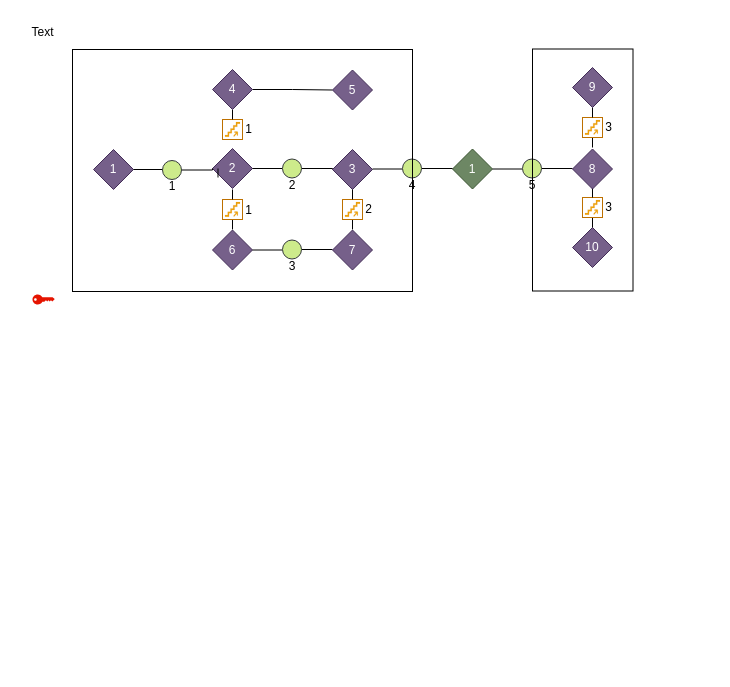
This is surveillance_map_reboot.drawio from Paro2621/AI, a draw.io file, before an edit. Source tidied: cells renumbered, new cells numbered last; positions are measured from the earlier drawing's top-left corner, leaving out a move shared by most shapes. Both pictures are drawn from the tidied source at 100%, with x=0, y=0 at pixel (17, 17).
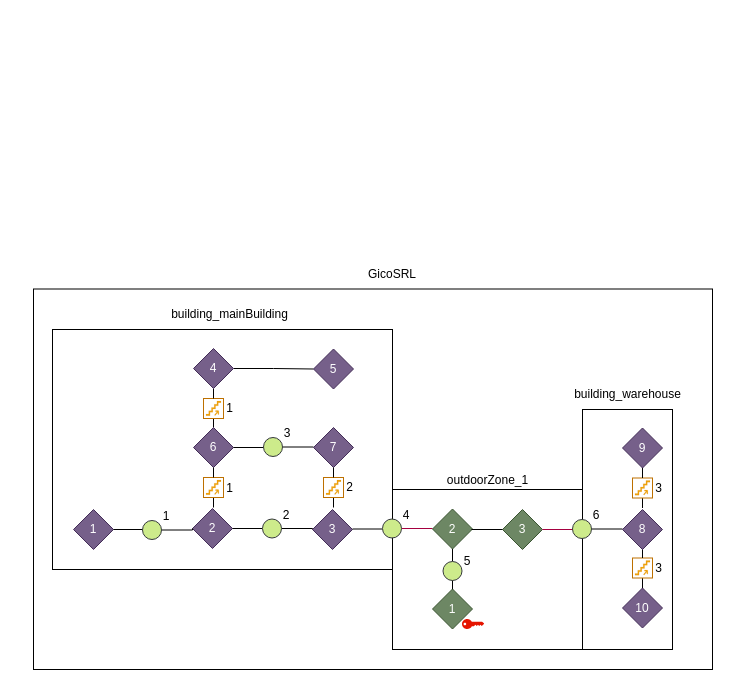
Above is the later version.

Change to the diagram source:
```diff
@@
+    <mxCell id="63" style="rounded=0;whiteSpace=wrap;html=1;fillColor=none;" parent="1" vertex="1">
+      <mxGeometry x="16" y="271.5" width="679" height="380.5" as="geometry" />
+    </mxCell>
+    <mxCell id="64" style="rounded=0;whiteSpace=wrap;html=1;fillColor=none;" parent="1" vertex="1">
+      <mxGeometry x="565" y="392" width="90" height="240" as="geometry" />
+    </mxCell>
+    <mxCell id="65" style="rounded=0;whiteSpace=wrap;html=1;fillColor=none;" parent="1" vertex="1">
+      <mxGeometry x="35" y="312" width="340" height="240" as="geometry" />
+    </mxCell>
+    <mxCell id="66" style="rounded=0;whiteSpace=wrap;html=1;fillColor=none;" parent="1" vertex="1">
+      <mxGeometry x="375" y="472" width="190" height="160" as="geometry" />
+    </mxCell>
@@
     <mxCell id="3" value="2" style="rhombus;whiteSpace=wrap;html=1;fillColor=#76608a;fontColor=#ffffff;strokeColor=#432D57;" parent="1" vertex="1">
-      <mxGeometry x="195" y="131" width="40" height="40" as="geometry" />
+      <mxGeometry x="175" y="491" width="40" height="40" as="geometry" />
     </mxCell>
     <mxCell id="4" value="3" style="rhombus;whiteSpace=wrap;html=1;fillColor=#76608a;fontColor=#ffffff;strokeColor=#432D57;" parent="1" vertex="1">
-      <mxGeometry x="315" y="132" width="40" height="40" as="geometry" />
+      <mxGeometry x="295" y="492" width="40" height="40" as="geometry" />
     </mxCell>
@@
     <mxCell id="6" value="1" style="rhombus;whiteSpace=wrap;html=1;fillColor=#76608a;fontColor=#ffffff;strokeColor=#432D57;" parent="1" vertex="1">
-      <mxGeometry x="76" y="132" width="40" height="40" as="geometry" />
+      <mxGeometry x="56" y="492" width="40" height="40" as="geometry" />
     </mxCell>
-    <mxCell id="7" style="edgeStyle=orthogonalEdgeStyle;rounded=0;orthogonalLoop=1;jettySize=auto;html=1;exitX=0.5;exitY=1;exitDx=0;exitDy=0;entryX=0.5;entryY=0;entryDx=0;entryDy=0;endArrow=none;endFill=0;" parent="1" edge="1">
+    <mxCell id="7" style="edgeStyle=orthogonalEdgeStyle;rounded=0;jettySize=auto;html=1;exitX=0.5;exitY=1;exitDx=0;exitDy=0;entryX=0.5;entryY=0;entryDx=0;entryDy=0;endArrow=none;endFill=0;" parent="1" edge="1" source="8">
       <mxGeometry relative="1" as="geometry">
-        <mxPoint x="200.5" y="151" as="sourcePoint" />
-        <mxPoint x="200.5" y="160" as="targetPoint" />
+        <mxPoint x="196" y="410" as="targetPoint" />
       </mxGeometry>
     </mxCell>
     <mxCell id="8" style="rounded=0;whiteSpace=wrap;html=1;fillColor=none;fontColor=#000000;strokeColor=#BD7000;" parent="1" vertex="1">
-      <mxGeometry x="205" y="102" width="20" height="20" as="geometry" />
+      <mxGeometry x="186" y="381" width="20" height="20" as="geometry" />
     </mxCell>
     <mxCell id="9" style="shape=mxgraph.signs.travel.upstairs;html=1;fillColor=#f0a30a;strokeColor=#BD7000;verticalLabelPosition=bottom;verticalAlign=top;align=center;fontColor=#000000;strokeWidth=0;" parent="1" vertex="1">
-      <mxGeometry x="207.5" y="104.5" width="15" height="15" as="geometry" />
+      <mxGeometry x="188.5" y="383.5" width="15" height="15" as="geometry" />
     </mxCell>
@@
     <mxCell id="12" value="4" style="rhombus;whiteSpace=wrap;html=1;fillColor=#76608a;fontColor=#ffffff;strokeColor=#432D57;" parent="1" vertex="1">
-      <mxGeometry x="195" y="52" width="40" height="40" as="geometry" />
+      <mxGeometry x="176" y="331" width="40" height="40" as="geometry" />
     </mxCell>
     <mxCell id="13" value="5" style="rhombus;whiteSpace=wrap;html=1;fillColor=#76608a;fontColor=#ffffff;strokeColor=#432D57;" parent="1" vertex="1">
-      <mxGeometry x="315" y="52.5" width="40" height="40" as="geometry" />
+      <mxGeometry x="296" y="331.5" width="40" height="40" as="geometry" />
     </mxCell>
@@
     <mxCell id="15" style="ellipse;whiteSpace=wrap;html=1;fillColor=#cdeb8b;strokeColor=#36393d;fontColor=#000000;" parent="1" vertex="1">
-      <mxGeometry x="145" y="143" width="19" height="19" as="geometry" />
+      <mxGeometry x="125" y="503" width="19" height="19" as="geometry" />
     </mxCell>
@@
     <mxCell id="17" style="ellipse;whiteSpace=wrap;html=1;fillColor=#cdeb8b;strokeColor=#36393d;" parent="1" vertex="1">
-      <mxGeometry x="265" y="141.5" width="19" height="19" as="geometry" />
+      <mxGeometry x="245" y="501.5" width="19" height="19" as="geometry" />
     </mxCell>
-    <mxCell id="18" value="1" style="rhombus;whiteSpace=wrap;html=1;fillColor=#6d8764;strokeColor=#3A5431;fontColor=#ffffff;" parent="1" vertex="1">
-      <mxGeometry x="435" y="131.5" width="40" height="40" as="geometry" />
+    <mxCell id="18" value="3" style="rhombus;whiteSpace=wrap;html=1;fillColor=#6d8764;strokeColor=#3A5431;fontColor=#ffffff;" parent="1" vertex="1">
+      <mxGeometry x="485" y="492" width="40" height="40" as="geometry" />
     </mxCell>
-    <mxCell id="19" style="edgeStyle=orthogonalEdgeStyle;rounded=0;jettySize=auto;html=1;exitX=1;exitY=0.5;exitDx=0;exitDy=0;entryX=0;entryY=0.5;entryDx=0;entryDy=0;endArrow=none;endFill=0;" parent="1" edge="1" source="21">
+    <mxCell id="19" style="edgeStyle=orthogonalEdgeStyle;rounded=0;jettySize=auto;html=1;exitX=1;exitY=0.5;exitDx=0;exitDy=0;entryX=0;entryY=0.5;entryDx=0;entryDy=0;endArrow=none;endFill=0;fillColor=#d80073;strokeColor=#A50040;" parent="1" edge="1" source="21">
       <mxGeometry relative="1" as="geometry">
-        <mxPoint x="435" y="151.5" as="targetPoint" />
+        <mxPoint x="415" y="511.5" as="targetPoint" />
       </mxGeometry>
     </mxCell>
     <mxCell id="20" style="edgeStyle=orthogonalEdgeStyle;rounded=0;jettySize=auto;html=1;exitX=1;exitY=0.5;exitDx=0;exitDy=0;entryX=0;entryY=0.5;entryDx=0;entryDy=0;endArrow=none;endFill=0;" parent="1" edge="1" target="21">
       <mxGeometry relative="1" as="geometry">
-        <mxPoint x="355" y="151.5" as="sourcePoint" />
+        <mxPoint x="335" y="511.5" as="sourcePoint" />
       </mxGeometry>
     </mxCell>
     <mxCell id="21" style="ellipse;whiteSpace=wrap;html=1;fillColor=#cdeb8b;strokeColor=#36393d;" parent="1" vertex="1">
-      <mxGeometry x="385" y="141.5" width="19" height="19" as="geometry" />
+      <mxGeometry x="365" y="501.5" width="19" height="19" as="geometry" />
     </mxCell>
     <mxCell id="22" value="6" style="rhombus;whiteSpace=wrap;html=1;fillColor=#76608a;fontColor=#ffffff;strokeColor=#432D57;" parent="1" vertex="1">
-      <mxGeometry x="195" y="212.5" width="40" height="40" as="geometry" />
+      <mxGeometry x="176" y="410" width="40" height="40" as="geometry" />
     </mxCell>
-    <mxCell id="23" style="edgeStyle=orthogonalEdgeStyle;rounded=0;jettySize=auto;html=1;exitX=1;exitY=0.5;exitDx=0;exitDy=0;entryX=0;entryY=0.5;entryDx=0;entryDy=0;endArrow=none;endFill=0;" parent="1" edge="1" target="25">
+    <mxCell id="23" style="edgeStyle=orthogonalEdgeStyle;rounded=0;jettySize=auto;html=1;exitX=1;exitY=0.5;exitDx=0;exitDy=0;entryX=0;entryY=0.5;entryDx=0;entryDy=0;endArrow=none;endFill=0;fillColor=#d80073;strokeColor=#A50040;" parent="1" edge="1" target="25">
       <mxGeometry relative="1" as="geometry">
-        <mxPoint x="475" y="151.5" as="sourcePoint" />
+        <mxPoint x="525" y="512" as="sourcePoint" />
       </mxGeometry>
     </mxCell>
@@
     <mxCell id="25" style="ellipse;whiteSpace=wrap;html=1;fillColor=#cdeb8b;strokeColor=#36393d;" parent="1" vertex="1">
-      <mxGeometry x="505" y="141.5" width="19" height="19" as="geometry" />
+      <mxGeometry x="555" y="502" width="19" height="19" as="geometry" />
     </mxCell>
     <mxCell id="26" style="edgeStyle=orthogonalEdgeStyle;rounded=0;jettySize=auto;html=1;exitX=0.5;exitY=1;exitDx=0;exitDy=0;entryX=0.5;entryY=0;entryDx=0;entryDy=0;endArrow=none;endFill=0;" parent="1" edge="1" source="27">
       <mxGeometry relative="1" as="geometry">
-        <mxPoint x="575" y="130" as="targetPoint" />
+        <mxPoint x="625" y="490.5" as="targetPoint" />
       </mxGeometry>
     </mxCell>
     <mxCell id="27" style="rounded=0;whiteSpace=wrap;html=1;fillColor=none;fontColor=#000000;strokeColor=#BD7000;" parent="1" vertex="1">
-      <mxGeometry x="565" y="100" width="20" height="20" as="geometry" />
+      <mxGeometry x="615" y="460.5" width="20" height="20" as="geometry" />
     </mxCell>
     <mxCell id="28" style="shape=mxgraph.signs.travel.upstairs;html=1;fillColor=#f0a30a;strokeColor=#BD7000;verticalLabelPosition=bottom;verticalAlign=top;align=center;fontColor=#000000;strokeWidth=0;" parent="1" vertex="1">
-      <mxGeometry x="567.5" y="102.5" width="15" height="15" as="geometry" />
+      <mxGeometry x="617.5" y="463" width="15" height="15" as="geometry" />
     </mxCell>
@@
     <mxCell id="30" value="9" style="rhombus;whiteSpace=wrap;html=1;fillColor=#76608a;fontColor=#ffffff;strokeColor=#432D57;" parent="1" vertex="1">
-      <mxGeometry x="555" y="50" width="40" height="40" as="geometry" />
+      <mxGeometry x="605" y="410.5" width="40" height="40" as="geometry" />
     </mxCell>
     <mxCell id="31" value="10" style="rhombus;whiteSpace=wrap;html=1;fillColor=#76608a;fontColor=#ffffff;strokeColor=#432D57;" parent="1" vertex="1">
-      <mxGeometry x="555" y="210" width="40" height="40" as="geometry" />
+      <mxGeometry x="605" y="570.5" width="40" height="40" as="geometry" />
     </mxCell>
     <mxCell id="32" style="edgeStyle=orthogonalEdgeStyle;rounded=0;jettySize=auto;html=1;exitX=0.5;exitY=1;exitDx=0;exitDy=0;entryX=0.5;entryY=0;entryDx=0;entryDy=0;endArrow=none;endFill=0;" parent="1" edge="1" source="33">
       <mxGeometry relative="1" as="geometry">
-        <mxPoint x="575" y="210" as="targetPoint" />
+        <mxPoint x="625" y="570.5" as="targetPoint" />
       </mxGeometry>
     </mxCell>
     <mxCell id="33" style="rounded=0;whiteSpace=wrap;html=1;fillColor=none;fontColor=#000000;strokeColor=#BD7000;" parent="1" vertex="1">
-      <mxGeometry x="565" y="180" width="20" height="20" as="geometry" />
+      <mxGeometry x="615" y="540.5" width="20" height="20" as="geometry" />
     </mxCell>
     <mxCell id="34" style="shape=mxgraph.signs.travel.upstairs;html=1;fillColor=#f0a30a;strokeColor=#BD7000;verticalLabelPosition=bottom;verticalAlign=top;align=center;fontColor=#000000;strokeWidth=0;" parent="1" vertex="1">
-      <mxGeometry x="567.5" y="182.5" width="15" height="15" as="geometry" />
+      <mxGeometry x="617.5" y="543" width="15" height="15" as="geometry" />
     </mxCell>
     <mxCell id="35" style="edgeStyle=orthogonalEdgeStyle;rounded=0;jettySize=auto;html=1;exitX=0.5;exitY=1;exitDx=0;exitDy=0;entryX=0.5;entryY=0;entryDx=0;entryDy=0;endArrow=none;endFill=0;" parent="1" edge="1" target="33">
       <mxGeometry relative="1" as="geometry">
-        <mxPoint x="575" y="170" as="sourcePoint" />
+        <mxPoint x="625" y="530.5" as="sourcePoint" />
       </mxGeometry>
     </mxCell>
     <mxCell id="36" style="edgeStyle=orthogonalEdgeStyle;rounded=0;jettySize=auto;html=1;exitX=0.5;exitY=1;exitDx=0;exitDy=0;entryX=0.5;entryY=0;entryDx=0;entryDy=0;endArrow=none;endFill=0;" parent="1" edge="1" source="37">
       <mxGeometry relative="1" as="geometry">
-        <mxPoint x="215" y="212" as="targetPoint" />
+        <mxPoint x="196" y="490" as="targetPoint" />
       </mxGeometry>
     </mxCell>
     <mxCell id="37" style="rounded=0;whiteSpace=wrap;html=1;fillColor=none;fontColor=#000000;strokeColor=#BD7000;" parent="1" vertex="1">
-      <mxGeometry x="205" y="182" width="20" height="20" as="geometry" />
+      <mxGeometry x="186" y="460" width="20" height="20" as="geometry" />
     </mxCell>
     <mxCell id="38" style="shape=mxgraph.signs.travel.upstairs;html=1;fillColor=#f0a30a;strokeColor=#BD7000;verticalLabelPosition=bottom;verticalAlign=top;align=center;fontColor=#000000;strokeWidth=0;" parent="1" vertex="1">
-      <mxGeometry x="207.5" y="184.5" width="15" height="15" as="geometry" />
+      <mxGeometry x="188.5" y="462.5" width="15" height="15" as="geometry" />
     </mxCell>
     <mxCell id="39" style="edgeStyle=orthogonalEdgeStyle;rounded=0;jettySize=auto;html=1;exitX=0.5;exitY=1;exitDx=0;exitDy=0;entryX=0.5;entryY=0;entryDx=0;entryDy=0;endArrow=none;endFill=0;" parent="1" edge="1" target="37">
       <mxGeometry relative="1" as="geometry">
-        <mxPoint x="215" y="172" as="sourcePoint" />
+        <mxPoint x="196" y="450" as="sourcePoint" />
       </mxGeometry>
     </mxCell>
@@
     <mxCell id="41" value="7" style="rhombus;whiteSpace=wrap;html=1;fillColor=#76608a;fontColor=#ffffff;strokeColor=#432D57;" parent="1" vertex="1">
-      <mxGeometry x="315" y="212.5" width="40" height="40" as="geometry" />
+      <mxGeometry x="296" y="410" width="40" height="40" as="geometry" />
     </mxCell>
     <mxCell id="42" style="edgeStyle=orthogonalEdgeStyle;rounded=0;jettySize=auto;html=1;exitX=1;exitY=0.5;exitDx=0;exitDy=0;entryX=0;entryY=0.5;entryDx=0;entryDy=0;endArrow=none;endFill=0;" parent="1" edge="1" target="43">
       <mxGeometry relative="1" as="geometry">
-        <mxPoint x="235" y="232.5" as="sourcePoint" />
+        <mxPoint x="216" y="430" as="sourcePoint" />
       </mxGeometry>
     </mxCell>
     <mxCell id="43" style="ellipse;whiteSpace=wrap;html=1;fillColor=#cdeb8b;strokeColor=#36393d;" parent="1" vertex="1">
-      <mxGeometry x="265" y="222.5" width="19" height="19" as="geometry" />
+      <mxGeometry x="246" y="420" width="19" height="19" as="geometry" />
     </mxCell>
     <mxCell id="44" style="edgeStyle=orthogonalEdgeStyle;rounded=0;jettySize=auto;html=1;exitX=0.5;exitY=1;exitDx=0;exitDy=0;entryX=0.5;entryY=0;entryDx=0;entryDy=0;endArrow=none;endFill=0;" parent="1" edge="1" source="45">
       <mxGeometry relative="1" as="geometry">
-        <mxPoint x="335" y="212" as="targetPoint" />
+        <mxPoint x="316" y="490" as="targetPoint" />
       </mxGeometry>
     </mxCell>
     <mxCell id="45" style="rounded=0;whiteSpace=wrap;html=1;fillColor=none;fontColor=#000000;strokeColor=#BD7000;" parent="1" vertex="1">
-      <mxGeometry x="325" y="182" width="20" height="20" as="geometry" />
+      <mxGeometry x="306" y="460" width="20" height="20" as="geometry" />
     </mxCell>
     <mxCell id="46" style="shape=mxgraph.signs.travel.upstairs;html=1;fillColor=#f0a30a;strokeColor=#BD7000;verticalLabelPosition=bottom;verticalAlign=top;align=center;fontColor=#000000;strokeWidth=0;" parent="1" vertex="1">
-      <mxGeometry x="327.5" y="184.5" width="15" height="15" as="geometry" />
+      <mxGeometry x="308.5" y="462.5" width="15" height="15" as="geometry" />
     </mxCell>
     <mxCell id="47" style="edgeStyle=orthogonalEdgeStyle;rounded=0;jettySize=auto;html=1;exitX=0.5;exitY=1;exitDx=0;exitDy=0;entryX=0.5;entryY=0;entryDx=0;entryDy=0;endArrow=none;endFill=0;" parent="1" edge="1" target="45">
       <mxGeometry relative="1" as="geometry">
-        <mxPoint x="335" y="172" as="sourcePoint" />
+        <mxPoint x="316" y="450" as="sourcePoint" />
       </mxGeometry>
     </mxCell>
     <mxCell id="48" value="8" style="rhombus;whiteSpace=wrap;html=1;fillColor=#76608a;fontColor=#ffffff;strokeColor=#432D57;" parent="1" vertex="1">
-      <mxGeometry x="555" y="131.5" width="40" height="40" as="geometry" />
+      <mxGeometry x="605" y="492" width="40" height="40" as="geometry" />
     </mxCell>
     <mxCell id="49" style="verticalLabelPosition=bottom;sketch=0;html=1;verticalAlign=top;align=center;shape=mxgraph.cisco19.key;fillColor=#e51400;strokeColor=#B20000;fontColor=#ffffff;" parent="1" vertex="1">
-      <mxGeometry x="15" y="277" width="22.2" height="10" as="geometry" />
+      <mxGeometry x="444.5" y="601.5" width="22.2" height="10" as="geometry" />
     </mxCell>
     <mxCell id="50" value="1" style="text;html=1;align=center;verticalAlign=middle;whiteSpace=wrap;rounded=0;" parent="1" vertex="1">
-      <mxGeometry x="225" y="99.5" width="12.5" height="25" as="geometry" />
+      <mxGeometry x="206" y="378.5" width="12.5" height="25" as="geometry" />
     </mxCell>
     <mxCell id="51" value="1" style="text;html=1;align=center;verticalAlign=middle;whiteSpace=wrap;rounded=0;" parent="1" vertex="1">
-      <mxGeometry x="225" y="180" width="12.5" height="25" as="geometry" />
+      <mxGeometry x="206" y="458" width="12.5" height="25" as="geometry" />
     </mxCell>
     <mxCell id="52" value="2" style="text;html=1;align=center;verticalAlign=middle;whiteSpace=wrap;rounded=0;" parent="1" vertex="1">
-      <mxGeometry x="345" y="179.5" width="12.5" height="25" as="geometry" />
+      <mxGeometry x="326" y="457.5" width="12.5" height="25" as="geometry" />
     </mxCell>
     <mxCell id="53" value="3" style="text;html=1;align=center;verticalAlign=middle;whiteSpace=wrap;rounded=0;" parent="1" vertex="1">
-      <mxGeometry x="585" y="97.5" width="12.5" height="25" as="geometry" />
+      <mxGeometry x="635" y="458" width="12.5" height="25" as="geometry" />
     </mxCell>
     <mxCell id="54" value="3" style="text;html=1;align=center;verticalAlign=middle;whiteSpace=wrap;rounded=0;" parent="1" vertex="1">
-      <mxGeometry x="585" y="177.5" width="12.5" height="25" as="geometry" />
+      <mxGeometry x="635" y="538" width="12.5" height="25" as="geometry" />
     </mxCell>
     <mxCell id="55" value="1" style="text;html=1;align=center;verticalAlign=middle;whiteSpace=wrap;rounded=0;" parent="1" vertex="1">
-      <mxGeometry x="149.5" y="165.5" width="10" height="7.5" as="geometry" />
+      <mxGeometry x="144" y="495.5" width="10" height="7.5" as="geometry" />
     </mxCell>
     <mxCell id="56" value="2" style="text;html=1;align=center;verticalAlign=middle;whiteSpace=wrap;rounded=0;" parent="1" vertex="1">
-      <mxGeometry x="269.5" y="164" width="10" height="7.5" as="geometry" />
+      <mxGeometry x="264" y="494" width="10" height="7.5" as="geometry" />
     </mxCell>
     <mxCell id="57" value="3" style="text;html=1;align=center;verticalAlign=middle;whiteSpace=wrap;rounded=0;" parent="1" vertex="1">
-      <mxGeometry x="269.5" y="245" width="10" height="7.5" as="geometry" />
+      <mxGeometry x="265" y="412.5" width="10" height="7.5" as="geometry" />
     </mxCell>
     <mxCell id="58" value="4" style="text;html=1;align=center;verticalAlign=middle;whiteSpace=wrap;rounded=0;" parent="1" vertex="1">
-      <mxGeometry x="389.5" y="164" width="10" height="7.5" as="geometry" />
+      <mxGeometry x="384" y="494" width="10" height="7.5" as="geometry" />
     </mxCell>
-    <mxCell id="59" value="5" style="text;html=1;align=center;verticalAlign=middle;whiteSpace=wrap;rounded=0;" parent="1" vertex="1">
-      <mxGeometry x="509.5" y="164" width="10" height="7.5" as="geometry" />
+    <mxCell id="59" value="6" style="text;html=1;align=center;verticalAlign=middle;whiteSpace=wrap;rounded=0;" parent="1" vertex="1">
+      <mxGeometry x="574" y="494.5" width="10" height="7.5" as="geometry" />
     </mxCell>
-    <mxCell id="60" value="Text" style="text;html=1;align=center;verticalAlign=middle;strokeColor=none;fillColor=none;" parent="1" vertex="1">
-      <mxGeometry width="50" height="30" as="geometry" />
+    <mxCell id="60" value="building_mainBuilding" style="text;html=1;align=center;verticalAlign=middle;strokeColor=none;fillColor=none;" parent="1" vertex="1">
+      <mxGeometry x="142.3" y="282" width="140" height="30" as="geometry" />
     </mxCell>
-    <mxCell id="61" style="rounded=0;whiteSpace=wrap;html=1;fillColor=none;" parent="1" vertex="1">
-      <mxGeometry x="55" y="32" width="340" height="242" as="geometry" />
-    </mxCell>
-    <mxCell id="62" style="rounded=0;whiteSpace=wrap;html=1;fillColor=none;" parent="1" vertex="1">
-      <mxGeometry x="515" y="31.5" width="100.5" height="242" as="geometry" />
-    </mxCell>
+    <mxCell id="67" style="edgeStyle=orthogonalEdgeStyle;rounded=0;jettySize=auto;html=1;exitX=0.5;exitY=1;exitDx=0;exitDy=0;entryX=0.5;entryY=0;entryDx=0;entryDy=0;endArrow=none;endFill=0;" parent="1" edge="1" source="68" target="74">
+      <mxGeometry relative="1" as="geometry" />
+    </mxCell>
+    <mxCell id="68" value="2" style="rhombus;whiteSpace=wrap;html=1;fillColor=#6d8764;strokeColor=#3A5431;fontColor=#ffffff;" parent="1" vertex="1">
+      <mxGeometry x="415" y="491.5" width="40" height="40" as="geometry" />
+    </mxCell>
+    <mxCell id="69" style="edgeStyle=orthogonalEdgeStyle;rounded=0;orthogonalLoop=1;jettySize=auto;html=1;exitX=1;exitY=0.5;exitDx=0;exitDy=0;entryX=0;entryY=0.5;entryDx=0;entryDy=0;endArrow=none;endFill=0;" parent="1" edge="1">
+      <mxGeometry relative="1" as="geometry">
+        <mxPoint x="454" y="512" as="sourcePoint" />
+        <mxPoint x="485" y="512.5" as="targetPoint" />
+      </mxGeometry>
+    </mxCell>
+    <mxCell id="70" value="building_warehouse" style="text;html=1;align=center;verticalAlign=middle;strokeColor=none;fillColor=none;" parent="1" vertex="1">
+      <mxGeometry x="545" y="362" width="130" height="30" as="geometry" />
+    </mxCell>
+    <mxCell id="71" value="outdoorZone_1" style="text;html=1;align=center;verticalAlign=middle;strokeColor=none;fillColor=none;" parent="1" vertex="1">
+      <mxGeometry x="420" y="447.5" width="100" height="30" as="geometry" />
+    </mxCell>
+    <mxCell id="72" value="GicoSRL" style="text;html=1;align=center;verticalAlign=middle;whiteSpace=wrap;rounded=0;" parent="1" vertex="1">
+      <mxGeometry x="344.5" y="241.5" width="60" height="30" as="geometry" />
+    </mxCell>
+    <mxCell id="73" style="edgeStyle=orthogonalEdgeStyle;rounded=0;jettySize=auto;html=1;endArrow=none;endFill=0;" parent="1" edge="1" source="74" target="75">
+      <mxGeometry relative="1" as="geometry" />
+    </mxCell>
+    <mxCell id="74" style="ellipse;whiteSpace=wrap;html=1;fillColor=#cdeb8b;strokeColor=#36393d;" parent="1" vertex="1">
+      <mxGeometry x="425.5" y="544" width="19" height="19" as="geometry" />
+    </mxCell>
+    <mxCell id="75" value="1" style="rhombus;whiteSpace=wrap;html=1;fillColor=#6d8764;strokeColor=#3A5431;fontColor=#ffffff;" parent="1" vertex="1">
+      <mxGeometry x="415" y="571.5" width="40" height="40" as="geometry" />
+    </mxCell>
+    <mxCell id="76" value="5" style="text;html=1;align=center;verticalAlign=middle;whiteSpace=wrap;rounded=0;" parent="1" vertex="1">
+      <mxGeometry x="445" y="540.5" width="10" height="7.5" as="geometry" />
+    </mxCell>
```
